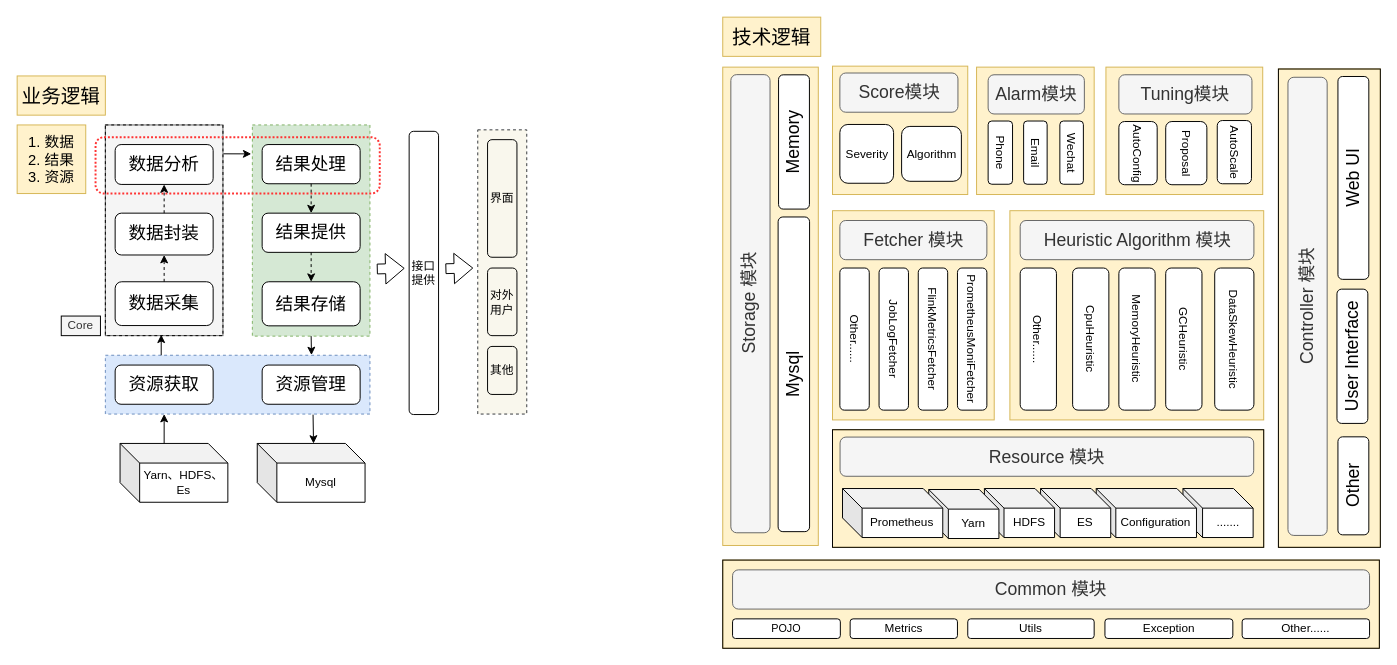
imperio-wxm/draw keeps this draw.io diagram as warship/Warship逻辑架构图.drawio. Above is the earlier version. Source tidied: cells renumbered, new cells numbered last; positions are measured from the earlier drawing's top-left corner, leaving out a move shared by most shapes. Both pictures are drawn from the tidied source at 98%, with x=0, y=0 at pixel (17, 17).
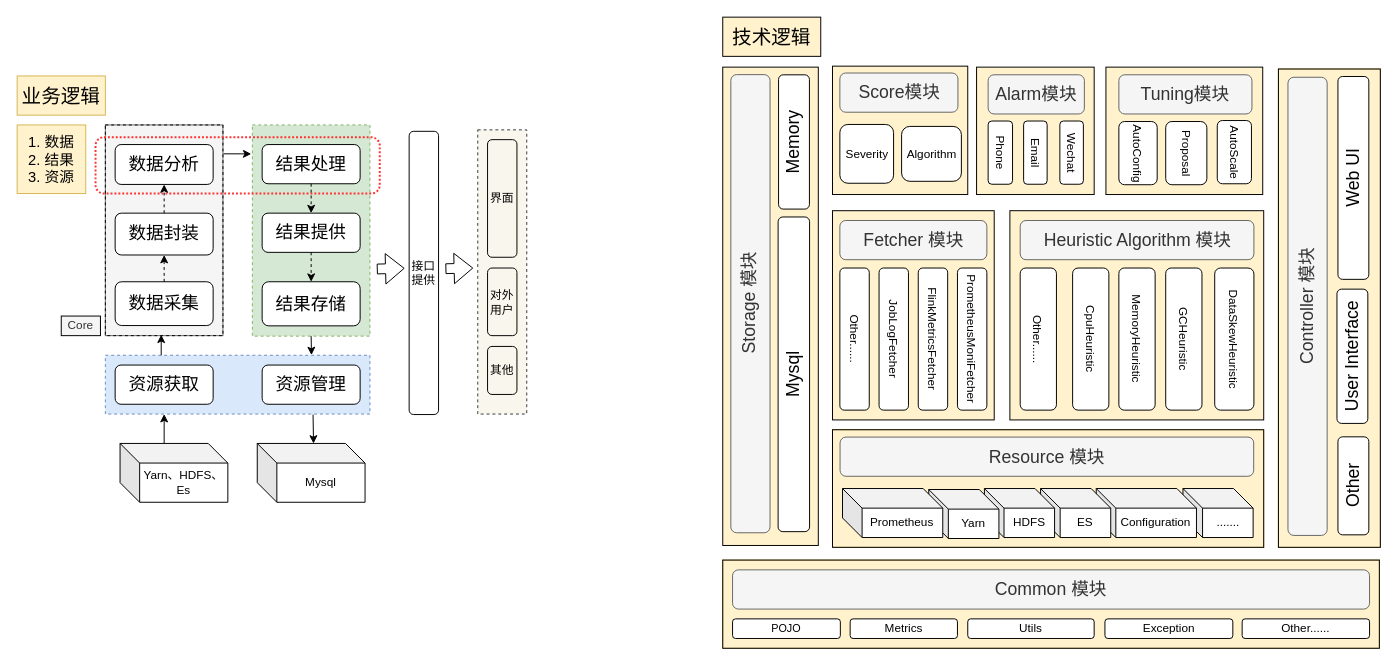
Above is the later version.

Commit message:
Update Warship逻辑架构图.drawio

The change refers to these unchanged cells:
```xml
<mxCell id="38" style="group;" parent="37" vertex="1">
  <mxGeometry width="671" height="594" as="geometry" />
</mxCell>
<mxCell id="58" style="group;" parent="38" vertex="1">
  <mxGeometry y="1" width="97.5" height="488.1" as="geometry" />
</mxCell>
```

The edit, as a diff of the source:
```diff
@@
-    <mxCell id="41" style="rounded=0;whiteSpace=wrap;html=1;labelBackgroundColor=none;strokeColor=#d6b656;strokeWidth=1;fillColor=#fff2cc;align=center;" parent="38" vertex="1">
+    <mxCell id="41" style="rounded=0;whiteSpace=wrap;html=1;labelBackgroundColor=none;strokeWidth=1;fillColor=#fff2cc;align=center;" parent="38" vertex="1">
       <mxGeometry x="112" width="138" height="131" as="geometry" />
     </mxCell>
-    <mxCell id="42" style="rounded=0;whiteSpace=wrap;html=1;labelBackgroundColor=none;strokeColor=#d6b656;strokeWidth=1;fillColor=#fff2cc;align=center;" parent="38" vertex="1">
+    <mxCell id="42" style="rounded=0;whiteSpace=wrap;html=1;labelBackgroundColor=none;strokeWidth=1;fillColor=#fff2cc;align=center;" parent="38" vertex="1">
       <mxGeometry x="293" y="147.5" width="259" height="213.5" as="geometry" />
     </mxCell>
@@
-    <mxCell id="49" style="rounded=0;whiteSpace=wrap;html=1;labelBackgroundColor=none;strokeColor=#d6b656;strokeWidth=1;fillColor=#fff2cc;align=center;" parent="38" vertex="1">
+    <mxCell id="49" style="rounded=0;whiteSpace=wrap;html=1;labelBackgroundColor=none;strokeWidth=1;fillColor=#fff2cc;align=center;" parent="38" vertex="1">
       <mxGeometry x="112" y="147.5" width="165" height="213.5" as="geometry" />
     </mxCell>
@@
-    <mxCell id="59" style="rounded=0;whiteSpace=wrap;html=1;labelBackgroundColor=none;strokeColor=#d6b656;strokeWidth=1;fillColor=#fff2cc;align=center;" parent="58" vertex="1">
+    <mxCell id="59" style="rounded=0;whiteSpace=wrap;html=1;labelBackgroundColor=none;strokeWidth=1;fillColor=#fff2cc;align=center;" parent="58" vertex="1">
       <mxGeometry width="97.5" height="488.1" as="geometry" />
     </mxCell>
@@
-    <mxCell id="78" style="rounded=0;whiteSpace=wrap;html=1;labelBackgroundColor=none;strokeColor=#d6b656;strokeWidth=1;fillColor=#fff2cc;align=center;" parent="38" vertex="1">
+    <mxCell id="78" style="rounded=0;whiteSpace=wrap;html=1;labelBackgroundColor=none;strokeWidth=1;fillColor=#fff2cc;align=center;" parent="38" vertex="1">
       <mxGeometry x="259" y="1" width="120" height="130" as="geometry" />
     </mxCell>
@@
-    <mxCell id="83" style="rounded=0;whiteSpace=wrap;html=1;labelBackgroundColor=none;strokeColor=#d6b656;strokeWidth=1;fillColor=#fff2cc;align=center;" parent="38" vertex="1">
+    <mxCell id="83" style="rounded=0;whiteSpace=wrap;html=1;labelBackgroundColor=none;strokeWidth=1;fillColor=#fff2cc;align=center;" parent="38" vertex="1">
       <mxGeometry x="391" y="1" width="160" height="130" as="geometry" />
     </mxCell>
@@
-    <mxCell id="95" value="&lt;font style=&quot;font-size: 20px&quot;&gt;技术逻辑&lt;/font&gt;" style="text;html=1;strokeColor=#d6b656;fillColor=#fff2cc;align=center;verticalAlign=middle;whiteSpace=wrap;rounded=0;" parent="1" vertex="1">
+    <mxCell id="95" value="&lt;font style=&quot;font-size: 20px&quot;&gt;技术逻辑&lt;/font&gt;" style="text;html=1;fillColor=#fff2cc;align=center;verticalAlign=middle;whiteSpace=wrap;rounded=0;strokeColor=#000000;" parent="1" vertex="1">
       <mxGeometry x="720" width="100" height="40" as="geometry" />
     </mxCell>
```
